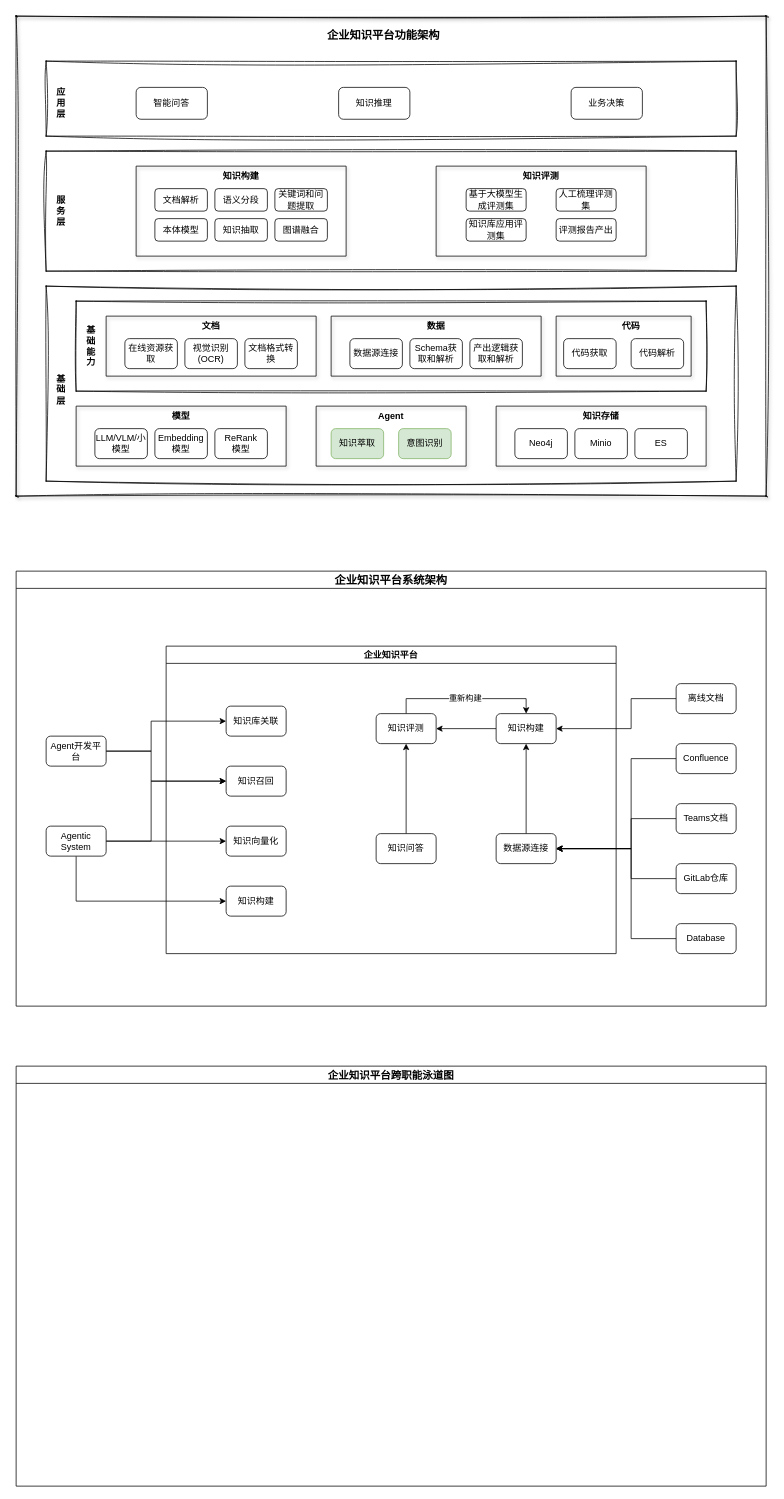
hlld3344/diagrams keeps this draw.io diagram as page "平台整体设计" (1 of 2) of biz_flow/企业知识平台设计.drawio. Above is the earlier version. Source tidied: cells renumbered, new cells numbered last; positions are measured from the earlier drawing's top-left corner, leaving out a move shared by most shapes. Both pictures are drawn from the tidied source at 75%, with x=0, y=0 at pixel (16, 16).
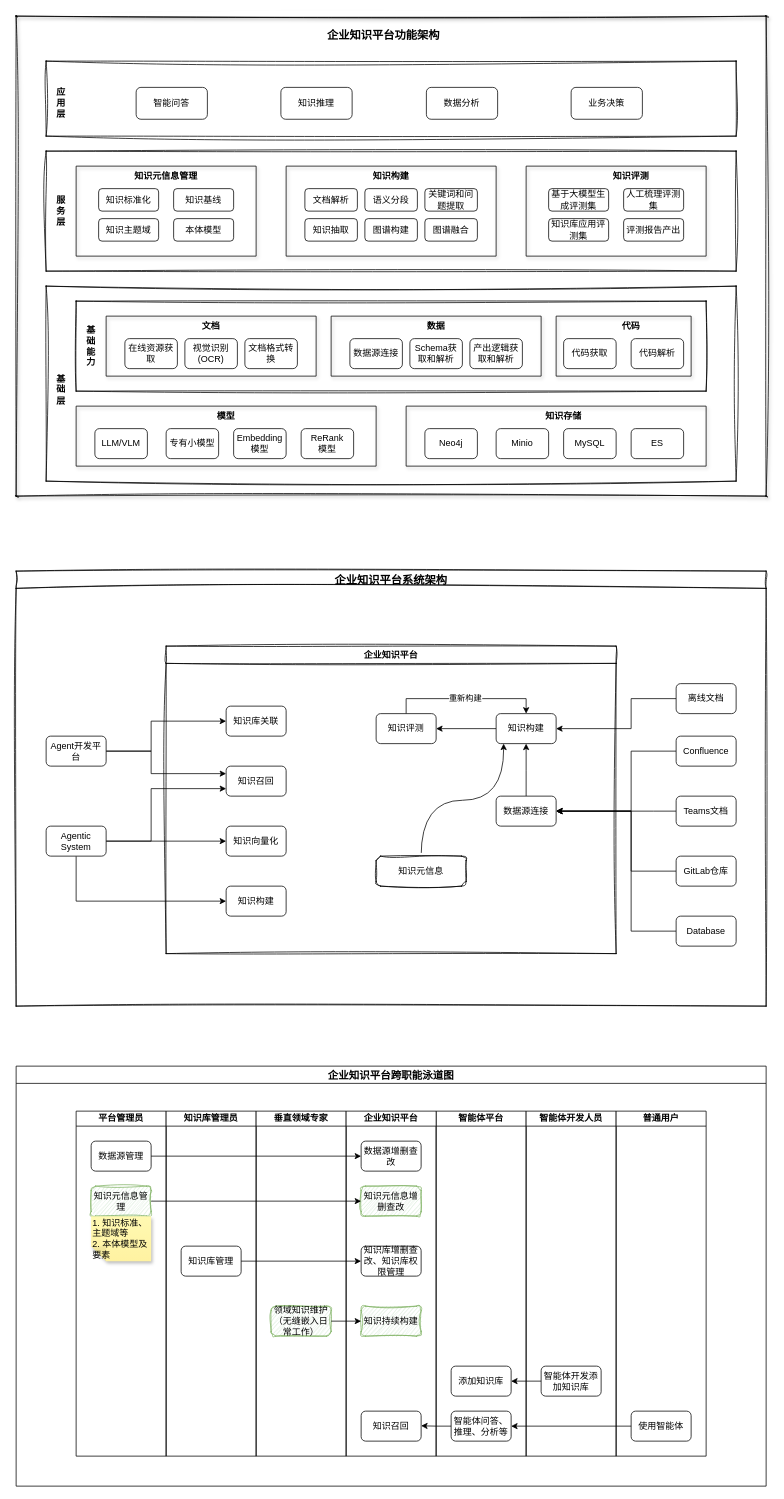
The same page after the edit.

The change refers to these unchanged cells:
```xml
<mxCell id="3" style="swimlane;startSize=0;glass=0;shadow=0;sketch=1;curveFitting=1;jiggle=2;" parent="2" vertex="1">
  <mxGeometry x="40" y="360" width="920" height="260" as="geometry" />
</mxCell>
<mxCell id="35" style="swimlane;startSize=0;sketch=1;curveFitting=1;jiggle=2;" parent="2" vertex="1">
  <mxGeometry x="40" y="180" width="920" height="160" as="geometry" />
</mxCell>
<mxCell id="51" style="swimlane;startSize=0;sketch=1;curveFitting=1;jiggle=2;" parent="2" vertex="1">
  <mxGeometry x="40" y="60" width="920" height="100" as="geometry" />
</mxCell>
<mxCell id="62" value="知识召回" style="rounded=1;whiteSpace=wrap;html=1;" parent="58" vertex="1">
  <mxGeometry x="80" y="160" width="80" height="40" as="geometry" />
</mxCell>
<mxCell id="66" value="知识评测" style="rounded=1;whiteSpace=wrap;html=1;" parent="58" vertex="1">
  <mxGeometry x="280" y="90" width="80" height="40" as="geometry" />
</mxCell>
<mxCell id="76" value="Agentic System" style="rounded=1;whiteSpace=wrap;html=1;" parent="57" vertex="1">
  <mxGeometry x="40" y="340" width="80" height="40" as="geometry" />
</mxCell>
<mxCell id="87" value="Agent开发平台" style="rounded=1;whiteSpace=wrap;html=1;" parent="57" vertex="1">
  <mxGeometry x="40" y="220" width="80" height="40" as="geometry" />
</mxCell>
<mxCell id="89" value="&lt;font style=&quot;font-size: 14px;&quot;&gt;企业知识平台跨职能泳道图&lt;/font&gt;" style="swimlane;whiteSpace=wrap;html=1;" parent="1" vertex="1">
  <mxGeometry y="1400" width="1000" height="560" as="geometry" />
</mxCell>
```

Change to the diagram source:
```diff
@@
     <mxCell id="4" style="swimlane;startSize=0;shadow=1;" parent="3" vertex="1">
-      <mxGeometry x="40" y="160" width="280" height="80" as="geometry" />
+      <mxGeometry x="40" y="160" width="400" height="80" as="geometry" />
     </mxCell>
-    <mxCell id="5" value="LLM/VLM/小模型" style="rounded=1;whiteSpace=wrap;html=1;" parent="4" vertex="1">
+    <mxCell id="5" value="LLM/VLM" style="rounded=1;whiteSpace=wrap;html=1;" parent="4" vertex="1">
       <mxGeometry x="25" y="30" width="70" height="40" as="geometry" />
     </mxCell>
     <mxCell id="6" value="Embedding模型" style="rounded=1;whiteSpace=wrap;html=1;" parent="4" vertex="1">
-      <mxGeometry x="105" y="30" width="70" height="40" as="geometry" />
+      <mxGeometry x="210" y="30" width="70" height="40" as="geometry" />
     </mxCell>
     <mxCell id="7" value="ReRank&lt;div&gt;模型&lt;/div&gt;" style="rounded=1;whiteSpace=wrap;html=1;" parent="4" vertex="1">
-      <mxGeometry x="185" y="30" width="70" height="40" as="geometry" />
+      <mxGeometry x="300" y="30" width="70" height="40" as="geometry" />
     </mxCell>
     <mxCell id="8" value="&lt;b&gt;模型&lt;/b&gt;" style="text;html=1;align=center;verticalAlign=middle;whiteSpace=wrap;rounded=0;" parent="4" vertex="1">
-      <mxGeometry x="125" width="30" height="25" as="geometry" />
+      <mxGeometry x="185" width="30" height="25" as="geometry" />
     </mxCell>
-    <mxCell id="9" style="swimlane;startSize=0;shadow=1;" parent="3" vertex="1">
-      <mxGeometry x="360" y="160" width="200" height="80" as="geometry" />
-    </mxCell>
-    <mxCell id="10" value="知识萃取" style="rounded=1;whiteSpace=wrap;html=1;fillColor=#d5e8d4;strokeColor=#82b366;" parent="9" vertex="1">
-      <mxGeometry x="20" y="30" width="70" height="40" as="geometry" />
-    </mxCell>
-    <mxCell id="11" value="意图识别" style="rounded=1;whiteSpace=wrap;html=1;fillColor=#d5e8d4;strokeColor=#82b366;" parent="9" vertex="1">
-      <mxGeometry x="110" y="30" width="70" height="40" as="geometry" />
-    </mxCell>
-    <mxCell id="12" value="&lt;b&gt;A&lt;/b&gt;&lt;b style=&quot;background-color: transparent; color: light-dark(rgb(0, 0, 0), rgb(255, 255, 255));&quot;&gt;g&lt;/b&gt;&lt;b style=&quot;background-color: transparent; color: light-dark(rgb(0, 0, 0), rgb(255, 255, 255));&quot;&gt;e&lt;/b&gt;&lt;b style=&quot;background-color: transparent; color: light-dark(rgb(0, 0, 0), rgb(255, 255, 255));&quot;&gt;n&lt;/b&gt;&lt;b style=&quot;background-color: transparent; color: light-dark(rgb(0, 0, 0), rgb(255, 255, 255));&quot;&gt;t&lt;/b&gt;" style="text;html=1;align=center;verticalAlign=middle;whiteSpace=wrap;rounded=0;" parent="9" vertex="1">
-      <mxGeometry x="70" width="60" height="25" as="geometry" />
-    </mxCell>
+    <mxCell id="90" value="专有小模型" style="rounded=1;whiteSpace=wrap;html=1;" parent="4" vertex="1">
+      <mxGeometry x="120" y="30" width="70" height="40" as="geometry" />
+    </mxCell>
     <mxCell id="13" style="swimlane;startSize=0;shadow=1;rounded=0;glass=0;swimlaneLine=1;" parent="3" vertex="1">
-      <mxGeometry x="600" y="160" width="280" height="80" as="geometry" />
+      <mxGeometry x="480" y="160" width="400" height="80" as="geometry" />
     </mxCell>
@@
-    <mxCell id="15" value="Minio" style="rounded=1;whiteSpace=wrap;html=1;" parent="13" vertex="1">
-      <mxGeometry x="105" y="30" width="70" height="40" as="geometry" />
+    <mxCell id="15" value="MySQL" style="rounded=1;whiteSpace=wrap;html=1;" parent="13" vertex="1">
+      <mxGeometry x="210" y="30" width="70" height="40" as="geometry" />
     </mxCell>
     <mxCell id="16" value="ES" style="rounded=1;whiteSpace=wrap;html=1;" parent="13" vertex="1">
-      <mxGeometry x="185" y="30" width="70" height="40" as="geometry" />
+      <mxGeometry x="300" y="30" width="70" height="40" as="geometry" />
     </mxCell>
     <mxCell id="17" value="&lt;b&gt;知识存储&lt;/b&gt;" style="text;html=1;align=center;verticalAlign=middle;whiteSpace=wrap;rounded=0;" parent="13" vertex="1">
-      <mxGeometry x="100" width="80" height="25" as="geometry" />
+      <mxGeometry x="170" width="80" height="25" as="geometry" />
     </mxCell>
+    <mxCell id="91" value="Minio" style="rounded=1;whiteSpace=wrap;html=1;" parent="13" vertex="1">
+      <mxGeometry x="120" y="30" width="70" height="40" as="geometry" />
+    </mxCell>
@@
     <mxCell id="37" style="swimlane;startSize=0;shadow=1;" parent="35" vertex="1">
-      <mxGeometry x="120" y="20" width="280" height="120" as="geometry" />
+      <mxGeometry x="320" y="20" width="280" height="120" as="geometry" />
     </mxCell>
@@
-    <mxCell id="42" value="本体模型" style="rounded=1;whiteSpace=wrap;html=1;" parent="37" vertex="1">
-      <mxGeometry x="25" y="70" width="70" height="30" as="geometry" />
-    </mxCell>
-    <mxCell id="43" value="知识抽取" style="rounded=1;whiteSpace=wrap;html=1;" parent="37" vertex="1">
+    <mxCell id="43" value="图谱构建" style="rounded=1;whiteSpace=wrap;html=1;" parent="37" vertex="1">
       <mxGeometry x="105" y="70" width="70" height="30" as="geometry" />
     </mxCell>
@@
+    <mxCell id="92" value="知识抽取" style="rounded=1;whiteSpace=wrap;html=1;" parent="37" vertex="1">
+      <mxGeometry x="25" y="70" width="70" height="30" as="geometry" />
+    </mxCell>
     <mxCell id="45" style="swimlane;startSize=0;shadow=1;" parent="35" vertex="1">
-      <mxGeometry x="520" y="20" width="280" height="120" as="geometry" />
+      <mxGeometry x="640" y="20" width="240" height="120" as="geometry" />
     </mxCell>
     <mxCell id="46" value="基于大模型生成评测集" style="rounded=1;whiteSpace=wrap;html=1;" parent="45" vertex="1">
-      <mxGeometry x="40" y="30" width="80" height="30" as="geometry" />
+      <mxGeometry x="30" y="30" width="80" height="30" as="geometry" />
     </mxCell>
     <mxCell id="47" value="人工梳理评测集" style="rounded=1;whiteSpace=wrap;html=1;" parent="45" vertex="1">
-      <mxGeometry x="160" y="30" width="80" height="30" as="geometry" />
+      <mxGeometry x="130" y="30" width="80" height="30" as="geometry" />
     </mxCell>
@@
     <mxCell id="49" value="知识库应用评测集" style="rounded=1;whiteSpace=wrap;html=1;" parent="45" vertex="1">
-      <mxGeometry x="40" y="70" width="80" height="30" as="geometry" />
+      <mxGeometry x="30" y="70" width="80" height="30" as="geometry" />
     </mxCell>
     <mxCell id="50" value="评测报告产出" style="rounded=1;whiteSpace=wrap;html=1;" parent="45" vertex="1">
-      <mxGeometry x="160" y="70" width="80" height="30" as="geometry" />
+      <mxGeometry x="130" y="70" width="80" height="30" as="geometry" />
     </mxCell>
+    <mxCell id="93" style="swimlane;startSize=0;shadow=1;" parent="35" vertex="1">
+      <mxGeometry x="40" y="20" width="240" height="120" as="geometry" />
+    </mxCell>
+    <mxCell id="94" value="知识基线" style="rounded=1;whiteSpace=wrap;html=1;" parent="93" vertex="1">
+      <mxGeometry x="130" y="30" width="80" height="30" as="geometry" />
+    </mxCell>
+    <mxCell id="95" value="&lt;b&gt;知识元信息管理&lt;/b&gt;" style="text;html=1;align=center;verticalAlign=middle;whiteSpace=wrap;rounded=0;" parent="93" vertex="1">
+      <mxGeometry x="75" width="90" height="25" as="geometry" />
+    </mxCell>
+    <mxCell id="96" value="本体模型" style="rounded=1;whiteSpace=wrap;html=1;" parent="93" vertex="1">
+      <mxGeometry x="130" y="70" width="80" height="30" as="geometry" />
+    </mxCell>
+    <mxCell id="97" value="知识标准化" style="rounded=1;whiteSpace=wrap;html=1;" parent="93" vertex="1">
+      <mxGeometry x="30" y="30" width="80" height="30" as="geometry" />
+    </mxCell>
+    <mxCell id="42" value="知识主题域" style="rounded=1;whiteSpace=wrap;html=1;" parent="93" vertex="1">
+      <mxGeometry x="30" y="70" width="80" height="30" as="geometry" />
+    </mxCell>
@@
     <mxCell id="54" value="知识推理" style="rounded=1;whiteSpace=wrap;html=1;" parent="51" vertex="1">
-      <mxGeometry x="390" y="35" width="95" height="42.5" as="geometry" />
+      <mxGeometry x="313" y="35" width="95" height="42.5" as="geometry" />
     </mxCell>
@@
+    <mxCell id="98" value="数据分析" style="rounded=1;whiteSpace=wrap;html=1;" parent="51" vertex="1">
+      <mxGeometry x="507" y="35" width="95" height="42.5" as="geometry" />
+    </mxCell>
@@
-    <mxCell id="57" value="&lt;font style=&quot;font-size: 15px;&quot;&gt;企业知识平台系统架构&lt;/font&gt;" style="swimlane;whiteSpace=wrap;html=1;" parent="1" vertex="1">
+    <mxCell id="57" value="&lt;font style=&quot;font-size: 15px;&quot;&gt;企业知识平台系统架构&lt;/font&gt;" style="swimlane;whiteSpace=wrap;html=1;shadow=0;sketch=1;curveFitting=1;jiggle=2;" parent="1" vertex="1">
       <mxGeometry y="740" width="1000" height="580" as="geometry" />
     </mxCell>
-    <mxCell id="58" value="企业知识平台" style="swimlane;whiteSpace=wrap;html=1;" parent="57" vertex="1">
+    <mxCell id="58" value="企业知识平台" style="swimlane;whiteSpace=wrap;html=1;sketch=1;curveFitting=1;jiggle=2;" parent="57" vertex="1">
       <mxGeometry x="200" y="100" width="600" height="410" as="geometry" />
     </mxCell>
@@
     <mxCell id="60" value="数据源连接" style="rounded=1;whiteSpace=wrap;html=1;" parent="58" vertex="1">
-      <mxGeometry x="440" y="250" width="80" height="40" as="geometry" />
+      <mxGeometry x="440" y="200" width="80" height="40" as="geometry" />
     </mxCell>
@@
-    <mxCell id="67" style="edgeStyle=orthogonalEdgeStyle;rounded=0;jettySize=auto;html=1;exitX=0.5;exitY=0;exitDx=0;exitDy=0;entryX=0.5;entryY=1;entryDx=0;entryDy=0;" parent="58" edge="1" source="68" target="66">
-      <mxGeometry relative="1" as="geometry" />
-    </mxCell>
+    <mxCell id="99" style="edgeStyle=orthogonalEdgeStyle;rounded=0;jettySize=auto;html=1;exitX=0.5;exitY=0;exitDx=0;exitDy=0;curved=1;" parent="58" edge="1" source="68">
+      <mxGeometry relative="1" as="geometry">
+        <mxPoint x="450" y="130" as="targetPoint" />
+      </mxGeometry>
+    </mxCell>
-    <mxCell id="68" value="知识问答" style="rounded=1;whiteSpace=wrap;html=1;" parent="58" vertex="1">
-      <mxGeometry x="280" y="250" width="80" height="40" as="geometry" />
+    <mxCell id="68" value="知识元信息" style="rounded=1;whiteSpace=wrap;html=1;sketch=1;curveFitting=1;jiggle=2;" parent="58" vertex="1">
+      <mxGeometry x="280" y="280" width="120" height="40" as="geometry" />
     </mxCell>
@@
-    <mxCell id="72" style="edgeStyle=orthogonalEdgeStyle;rounded=0;jettySize=auto;html=1;exitX=1;exitY=0.5;exitDx=0;exitDy=0;entryX=0;entryY=0.5;entryDx=0;entryDy=0;" parent="57" edge="1" source="87" target="62">
+    <mxCell id="72" style="edgeStyle=orthogonalEdgeStyle;rounded=0;jettySize=auto;html=1;exitX=1;exitY=0.5;exitDx=0;exitDy=0;" parent="57" edge="1" source="87">
       <mxGeometry relative="1" as="geometry">
+        <mxPoint x="280" y="270" as="targetPoint" />
         <Array as="points">
           <mxPoint x="180" y="240" />
-          <mxPoint x="180" y="280" />
+          <mxPoint x="180" y="270" />
+          <mxPoint x="280" y="270" />
         </Array>
       </mxGeometry>
     </mxCell>
@@
-    <mxCell id="75" style="edgeStyle=orthogonalEdgeStyle;rounded=0;jettySize=auto;html=1;exitX=1;exitY=0.5;exitDx=0;exitDy=0;entryX=0;entryY=0.5;entryDx=0;entryDy=0;" parent="57" edge="1" source="76" target="62">
+    <mxCell id="75" style="edgeStyle=orthogonalEdgeStyle;rounded=0;jettySize=auto;html=1;exitX=1;exitY=0.5;exitDx=0;exitDy=0;entryX=0;entryY=0.75;entryDx=0;entryDy=0;" parent="57" edge="1" source="76" target="62">
       <mxGeometry relative="1" as="geometry">
         <Array as="points">
           <mxPoint x="180" y="360" />
-          <mxPoint x="180" y="280" />
+          <mxPoint x="180" y="290" />
         </Array>
       </mxGeometry>
     </mxCell>
@@
     <mxCell id="77" style="edgeStyle=orthogonalEdgeStyle;rounded=0;jettySize=auto;html=1;exitX=0;exitY=0.5;exitDx=0;exitDy=0;entryX=1;entryY=0.5;entryDx=0;entryDy=0;" parent="57" edge="1" source="78" target="60">
       <mxGeometry relative="1" as="geometry">
         <Array as="points">
-          <mxPoint x="820" y="250" />
-          <mxPoint x="820" y="370" />
+          <mxPoint x="820" y="240" />
+          <mxPoint x="820" y="320" />
         </Array>
       </mxGeometry>
     </mxCell>
     <mxCell id="78" value="Confluence" style="rounded=1;whiteSpace=wrap;html=1;" parent="57" vertex="1">
-      <mxGeometry x="880" y="230" width="80" height="40" as="geometry" />
+      <mxGeometry x="880" y="220" width="80" height="40" as="geometry" />
     </mxCell>
     <mxCell id="79" style="edgeStyle=orthogonalEdgeStyle;rounded=0;jettySize=auto;html=1;exitX=0;exitY=0.5;exitDx=0;exitDy=0;entryX=1;entryY=0.5;entryDx=0;entryDy=0;" parent="57" edge="1" source="80" target="60">
       <mxGeometry relative="1" as="geometry">
         <Array as="points">
-          <mxPoint x="820" y="330" />
-          <mxPoint x="820" y="370" />
+          <mxPoint x="850" y="320" />
+          <mxPoint x="850" y="320" />
         </Array>
       </mxGeometry>
     </mxCell>
     <mxCell id="80" value="Teams文档" style="rounded=1;whiteSpace=wrap;html=1;" parent="57" vertex="1">
-      <mxGeometry x="880" y="310" width="80" height="40" as="geometry" />
+      <mxGeometry x="880" y="300" width="80" height="40" as="geometry" />
     </mxCell>
     <mxCell id="81" style="edgeStyle=orthogonalEdgeStyle;rounded=0;jettySize=auto;html=1;exitX=0;exitY=0.5;exitDx=0;exitDy=0;entryX=1;entryY=0.5;entryDx=0;entryDy=0;" parent="57" edge="1" source="82" target="60">
       <mxGeometry relative="1" as="geometry">
         <Array as="points">
-          <mxPoint x="820" y="410" />
-          <mxPoint x="820" y="370" />
+          <mxPoint x="820" y="400" />
+          <mxPoint x="820" y="320" />
         </Array>
       </mxGeometry>
     </mxCell>
     <mxCell id="82" value="GitLab仓库" style="rounded=1;whiteSpace=wrap;html=1;" parent="57" vertex="1">
-      <mxGeometry x="880" y="390" width="80" height="40" as="geometry" />
+      <mxGeometry x="880" y="380" width="80" height="40" as="geometry" />
     </mxCell>
@@
     <mxCell id="85" style="edgeStyle=orthogonalEdgeStyle;rounded=0;jettySize=auto;html=1;exitX=0;exitY=0.5;exitDx=0;exitDy=0;entryX=1;entryY=0.5;entryDx=0;entryDy=0;" parent="57" edge="1" source="86" target="60">
       <mxGeometry relative="1" as="geometry">
         <Array as="points">
-          <mxPoint x="820" y="490" />
-          <mxPoint x="820" y="370" />
+          <mxPoint x="820" y="480" />
+          <mxPoint x="820" y="320" />
         </Array>
       </mxGeometry>
     </mxCell>
     <mxCell id="86" value="Database" style="rounded=1;whiteSpace=wrap;html=1;" parent="57" vertex="1">
-      <mxGeometry x="880" y="470" width="80" height="40" as="geometry" />
+      <mxGeometry x="880" y="460" width="80" height="40" as="geometry" />
     </mxCell>
@@
+    <mxCell id="100" style="group;" parent="89" vertex="1">
+      <mxGeometry x="80" y="60" width="840" height="460" as="geometry" />
+    </mxCell>
+    <mxCell id="101" value="平台管理员" style="swimlane;startSize=20;whiteSpace=wrap;html=1;" parent="100" vertex="1">
+      <mxGeometry width="120" height="460" as="geometry" />
+    </mxCell>
+    <mxCell id="102" value="数据源管理" style="rounded=1;whiteSpace=wrap;html=1;" parent="101" vertex="1">
+      <mxGeometry x="20" y="40" width="80" height="40" as="geometry" />
+    </mxCell>
+    <mxCell id="103" value="知识元信息管理" style="rounded=1;whiteSpace=wrap;html=1;fillColor=#d5e8d4;strokeColor=#82b366;sketch=1;curveFitting=1;jiggle=2;" parent="101" vertex="1">
+      <mxGeometry x="20" y="100" width="80" height="40" as="geometry" />
+    </mxCell>
+    <mxCell id="104" value="1. 知识标准、主题域等&lt;div&gt;2. 本体模型及要素&lt;/div&gt;" style="shape=note;whiteSpace=wrap;html=1;backgroundOutline=1;fontColor=#000000;darkOpacity=0.05;fillColor=#FFF9B2;strokeColor=none;fillStyle=solid;direction=west;gradientDirection=north;gradientColor=#FFF2A1;shadow=1;size=20;align=left;" parent="101" vertex="1">
+      <mxGeometry x="20" y="140" width="80" height="60" as="geometry" />
+    </mxCell>
+    <mxCell id="105" value="知识库管理员" style="swimlane;startSize=20;whiteSpace=wrap;html=1;" parent="100" vertex="1">
+      <mxGeometry x="120" width="120" height="460" as="geometry" />
+    </mxCell>
+    <mxCell id="106" value="知识库管理" style="rounded=1;whiteSpace=wrap;html=1;" parent="105" vertex="1">
+      <mxGeometry x="20" y="180" width="80" height="40" as="geometry" />
+    </mxCell>
+    <mxCell id="107" value="知识库增删查改、知识库权限管理" style="rounded=1;whiteSpace=wrap;html=1;" parent="105" vertex="1">
+      <mxGeometry x="260" y="180" width="80" height="40" as="geometry" />
+    </mxCell>
+    <mxCell id="108" style="edgeStyle=orthogonalEdgeStyle;rounded=0;jettySize=auto;html=1;exitX=1;exitY=0.5;exitDx=0;exitDy=0;entryX=0;entryY=0.5;entryDx=0;entryDy=0;" parent="105" edge="1" source="106" target="107">
+      <mxGeometry relative="1" as="geometry" />
+    </mxCell>
+    <mxCell id="109" value="垂直领域专家" style="swimlane;startSize=20;whiteSpace=wrap;html=1;" parent="100" vertex="1">
+      <mxGeometry x="240" width="120" height="460" as="geometry" />
+    </mxCell>
+    <mxCell id="110" value="智能体平台" style="swimlane;startSize=20;whiteSpace=wrap;html=1;" parent="100" vertex="1">
+      <mxGeometry x="480" width="120" height="460" as="geometry" />
+    </mxCell>
+    <mxCell id="111" value="添加知识库" style="rounded=1;whiteSpace=wrap;html=1;" parent="110" vertex="1">
+      <mxGeometry x="20" y="340" width="80" height="40" as="geometry" />
+    </mxCell>
+    <mxCell id="112" style="edgeStyle=orthogonalEdgeStyle;rounded=0;jettySize=auto;html=1;exitX=0;exitY=0.5;exitDx=0;exitDy=0;" parent="110" edge="1" source="113">
+      <mxGeometry relative="1" as="geometry">
+        <mxPoint x="-20" y="419.6" as="targetPoint" />
+      </mxGeometry>
+    </mxCell>
+    <mxCell id="113" value="智能体问答、推理、分析等" style="rounded=1;whiteSpace=wrap;html=1;" parent="110" vertex="1">
+      <mxGeometry x="20" y="400" width="80" height="40" as="geometry" />
+    </mxCell>
+    <mxCell id="114" value="企业知识平台" style="swimlane;startSize=20;whiteSpace=wrap;html=1;" parent="100" vertex="1">
+      <mxGeometry x="360" width="120" height="460" as="geometry" />
+    </mxCell>
+    <mxCell id="115" value="数据源增删查改" style="rounded=1;whiteSpace=wrap;html=1;" parent="114" vertex="1">
+      <mxGeometry x="20" y="40" width="80" height="40" as="geometry" />
+    </mxCell>
+    <mxCell id="116" value="知识元信息增删查改" style="rounded=1;whiteSpace=wrap;html=1;fillColor=#d5e8d4;strokeColor=#82b366;sketch=1;curveFitting=1;jiggle=2;" parent="114" vertex="1">
+      <mxGeometry x="20" y="100" width="80" height="40" as="geometry" />
+    </mxCell>
+    <mxCell id="117" value="领域知识维护（无缝嵌入日常工作）" style="rounded=1;whiteSpace=wrap;html=1;fillColor=#d5e8d4;strokeColor=#82b366;sketch=1;curveFitting=1;jiggle=2;" parent="114" vertex="1">
+      <mxGeometry x="-100" y="260" width="80" height="40" as="geometry" />
+    </mxCell>
+    <mxCell id="118" value="知识持续构建" style="rounded=1;whiteSpace=wrap;html=1;fillColor=#d5e8d4;strokeColor=#82b366;sketch=1;curveFitting=1;jiggle=2;" parent="114" vertex="1">
+      <mxGeometry x="20" y="260" width="80" height="40" as="geometry" />
+    </mxCell>
+    <mxCell id="119" style="edgeStyle=orthogonalEdgeStyle;rounded=0;jettySize=auto;html=1;exitX=1;exitY=0.5;exitDx=0;exitDy=0;entryX=0;entryY=0.5;entryDx=0;entryDy=0;" parent="114" edge="1" source="117" target="118">
+      <mxGeometry relative="1" as="geometry" />
+    </mxCell>
+    <mxCell id="120" value="知识召回" style="rounded=1;whiteSpace=wrap;html=1;" parent="114" vertex="1">
+      <mxGeometry x="20" y="400" width="80" height="40" as="geometry" />
+    </mxCell>
+    <mxCell id="121" value="智能体开发人员" style="swimlane;startSize=20;whiteSpace=wrap;html=1;" parent="100" vertex="1">
+      <mxGeometry x="600" width="120" height="460" as="geometry" />
+    </mxCell>
+    <mxCell id="122" value="智能体开发添加知识库" style="rounded=1;whiteSpace=wrap;html=1;" parent="121" vertex="1">
+      <mxGeometry x="20" y="340" width="80" height="40" as="geometry" />
+    </mxCell>
+    <mxCell id="123" value="普通用户" style="swimlane;startSize=20;whiteSpace=wrap;html=1;" parent="100" vertex="1">
+      <mxGeometry x="720" width="120" height="460" as="geometry" />
+    </mxCell>
+    <mxCell id="124" value="使用智能体" style="rounded=1;whiteSpace=wrap;html=1;" parent="123" vertex="1">
+      <mxGeometry x="20" y="400" width="80" height="40" as="geometry" />
+    </mxCell>
+    <mxCell id="125" style="edgeStyle=orthogonalEdgeStyle;rounded=0;jettySize=auto;html=1;exitX=1;exitY=0.5;exitDx=0;exitDy=0;" parent="100" edge="1" source="102" target="115">
+      <mxGeometry relative="1" as="geometry" />
+    </mxCell>
+    <mxCell id="126" style="edgeStyle=orthogonalEdgeStyle;rounded=0;jettySize=auto;html=1;exitX=1;exitY=0.5;exitDx=0;exitDy=0;" parent="100" edge="1" source="103" target="116">
+      <mxGeometry relative="1" as="geometry" />
+    </mxCell>
+    <mxCell id="127" style="edgeStyle=orthogonalEdgeStyle;rounded=0;jettySize=auto;html=1;exitX=0;exitY=0.5;exitDx=0;exitDy=0;entryX=1;entryY=0.5;entryDx=0;entryDy=0;" parent="100" edge="1" source="122" target="111">
+      <mxGeometry relative="1" as="geometry" />
+    </mxCell>
+    <mxCell id="128" style="edgeStyle=orthogonalEdgeStyle;rounded=0;jettySize=auto;html=1;exitX=0;exitY=0.5;exitDx=0;exitDy=0;" parent="100" edge="1" source="124" target="113">
+      <mxGeometry relative="1" as="geometry" />
+    </mxCell>
```
